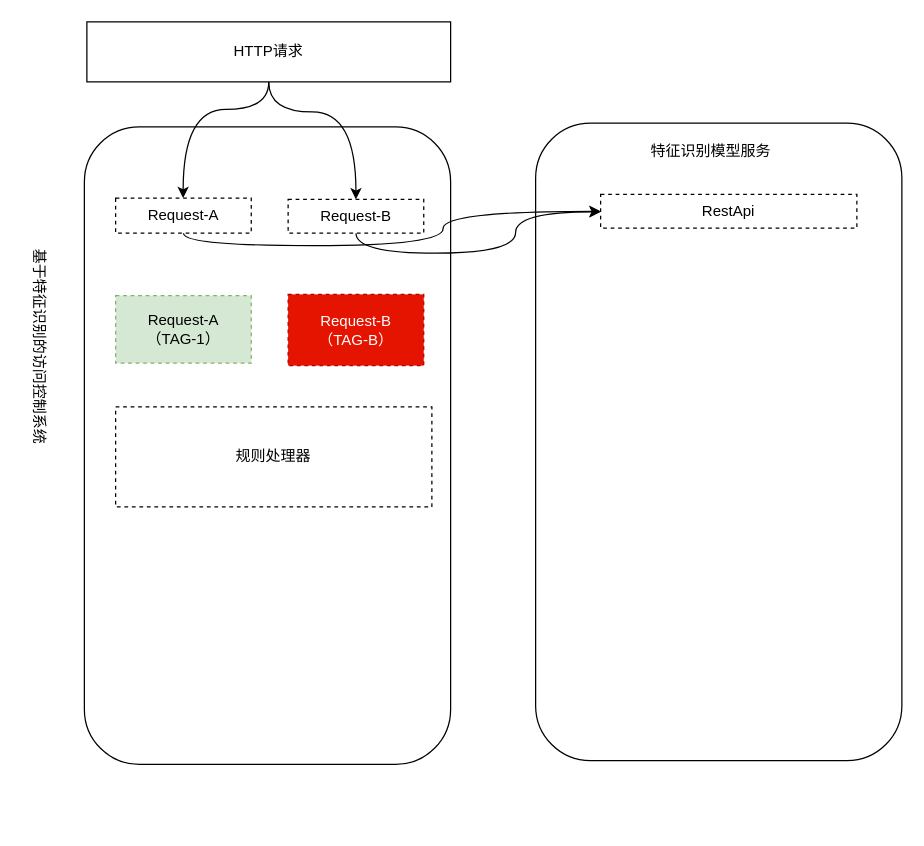
HurryUpWb/pdf keeps this draw.io diagram as page "第 2 页" (2 of 2) of 特征工程flow.drawio. Above is the earlier version. Source tidied: cells renumbered, new cells numbered last; positions are measured from the earlier drawing's top-left corner, leaving out a move shared by most shapes. Both pictures are drawn from the tidied source at 125%, with x=0, y=0 at pixel (-71, 21).
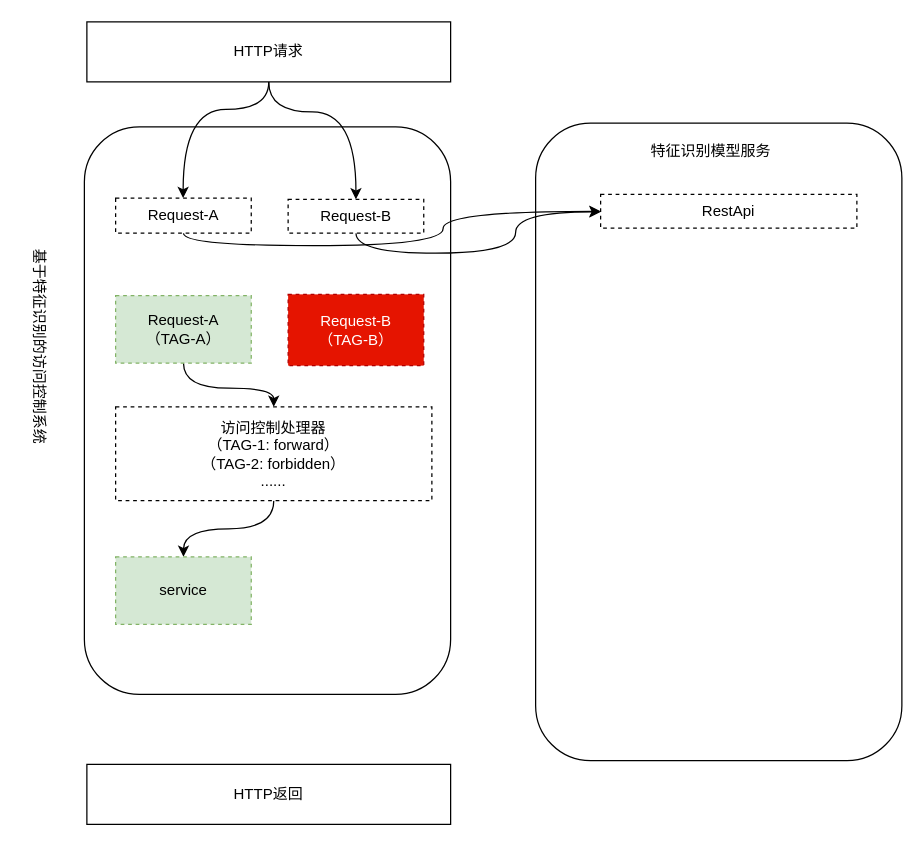
Above is the later version.

Commit message (it also covers changes not shown here):
更新特征工程flow.drawio

What changed in the source:
```diff
@@
     <mxCell id="3" style="rounded=1;whiteSpace=wrap;html=1;" parent="1" vertex="1">
-      <mxGeometry x="124" y="84" width="293" height="510" as="geometry" />
+      <mxGeometry x="124" y="84" width="293" height="454" as="geometry" />
     </mxCell>
@@
+    <mxCell id="17" style="edgeStyle=orthogonalEdgeStyle;rounded=0;jettySize=auto;html=1;curved=1;" parent="1" edge="1" source="12" target="16">
+      <mxGeometry relative="1" as="geometry" />
+    </mxCell>
-    <mxCell id="12" value="Request-A&lt;div&gt;（TAG-1）&lt;/div&gt;" style="whiteSpace=wrap;html=1;rounded=0;dashed=1;align=center;fillColor=#d5e8d4;strokeColor=#82b366;" parent="1" vertex="1">
+    <mxCell id="12" value="Request-A&lt;div&gt;（TAG-A）&lt;/div&gt;" style="whiteSpace=wrap;html=1;rounded=0;dashed=1;align=center;fillColor=#d5e8d4;strokeColor=#82b366;" parent="1" vertex="1">
       <mxGeometry x="149" y="219" width="108.5" height="54" as="geometry" />
     </mxCell>
@@
+    <mxCell id="18" style="edgeStyle=orthogonalEdgeStyle;rounded=0;jettySize=auto;html=1;curved=1;" parent="1" edge="1" source="16" target="19">
+      <mxGeometry relative="1" as="geometry" />
+    </mxCell>
-    <mxCell id="16" value="规则处理器" style="whiteSpace=wrap;html=1;rounded=0;dashed=1;align=center;" parent="1" vertex="1">
-      <mxGeometry x="149" y="308" width="253" height="80" as="geometry" />
+    <mxCell id="16" value="访问控制处理器&lt;div&gt;（TAG-1: forward）&lt;/div&gt;&lt;div&gt;（TAG-2: forbidden）&lt;br&gt;&lt;/div&gt;&lt;div&gt;......&lt;/div&gt;" style="whiteSpace=wrap;html=1;rounded=0;dashed=1;align=center;" parent="1" vertex="1">
+      <mxGeometry x="149" y="308" width="253" height="75" as="geometry" />
     </mxCell>
+    <mxCell id="19" value="service" style="whiteSpace=wrap;html=1;rounded=0;dashed=1;align=center;fillColor=#d5e8d4;strokeColor=#82b366;" parent="1" vertex="1">
+      <mxGeometry x="149" y="428" width="108.5" height="54" as="geometry" />
+    </mxCell>
+    <mxCell id="20" value="HTTP返回" style="rounded=0;whiteSpace=wrap;html=1;" parent="1" vertex="1">
+      <mxGeometry x="126" y="594" width="291" height="48" as="geometry" />
+    </mxCell>
```
